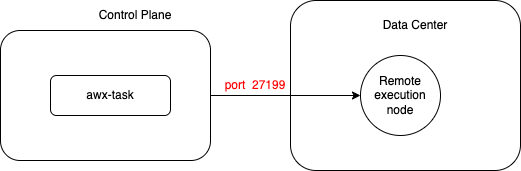
ansible/awx keeps this draw.io diagram as docs/docsite/rst/common/images/instances_awx_task_pods_hopnode.drawio.png. Above is the earlier version. Source tidied: cells renumbered, new cells last; positions are measured from the earlier drawing's top-left corner, leaving out a move shared by most shapes. The source it was exported from:
```xml
<mxGraphModel>
  <root>
    <mxCell id="0" />
    <mxCell id="1" parent="0" />
    <mxCell id="2" style="rounded=1;whiteSpace=wrap;html=1;" parent="1" vertex="1">
      <mxGeometry y="30" width="210" height="130" as="geometry" />
    </mxCell>
    <mxCell id="3" value="Control Plane" style="text;strokeColor=none;align=center;fillColor=none;html=1;verticalAlign=middle;whiteSpace=wrap;rounded=0;" parent="1" vertex="1">
      <mxGeometry x="80" width="110" height="30" as="geometry" />
    </mxCell>
    <mxCell id="4" value="awx-task" style="rounded=1;whiteSpace=wrap;html=1;" parent="1" vertex="1">
      <mxGeometry x="50" y="75" width="120" height="40" as="geometry" />
    </mxCell>
    <mxCell id="5" style="rounded=1;whiteSpace=wrap;html=1;" parent="1" vertex="1">
      <mxGeometry x="290" width="230" height="170" as="geometry" />
    </mxCell>
    <mxCell id="6" value="Data Center" style="text;strokeColor=none;align=center;fillColor=none;html=1;verticalAlign=middle;whiteSpace=wrap;rounded=0;" parent="1" vertex="1">
      <mxGeometry x="360" y="10" width="110" height="30" as="geometry" />
    </mxCell>
    <mxCell id="7" style="endArrow=classic;html=1;rounded=0;exitX=1;exitY=0.5;exitDx=0;exitDy=0;" parent="1" edge="1" source="2">
      <mxGeometry relative="1" as="geometry">
        <mxPoint x="360" y="95" as="targetPoint" />
      </mxGeometry>
    </mxCell>
    <mxCell id="8" value="Remote execution node" style="ellipse;whiteSpace=wrap;html=1;" parent="1" vertex="1">
      <mxGeometry x="360" y="55" width="80" height="80" as="geometry" />
    </mxCell>
    <mxCell id="9" value="&lt;font color=&quot;#ff0000&quot;&gt;port&amp;nbsp; 27199&lt;/font&gt;" style="text;strokeColor=none;align=center;fillColor=none;html=1;verticalAlign=middle;whiteSpace=wrap;rounded=0;" parent="1" vertex="1">
      <mxGeometry x="200" y="70" width="110" height="30" as="geometry" />
    </mxCell>
  </root>
</mxGraphModel>
```
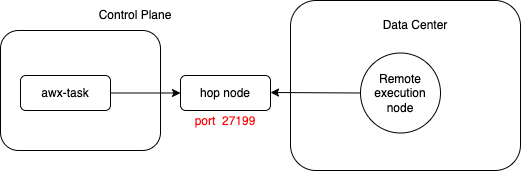
Later version of the same file.

Diff of the diagram source:
```diff
@@ -3,13 +3,16 @@
     <mxCell id="0" />
     <mxCell id="1" parent="0" />
     <mxCell id="2" style="rounded=1;whiteSpace=wrap;html=1;" parent="1" vertex="1">
-      <mxGeometry y="30" width="210" height="130" as="geometry" />
+      <mxGeometry y="30" width="160" height="120" as="geometry" />
     </mxCell>
     <mxCell id="3" value="Control Plane" style="text;strokeColor=none;align=center;fillColor=none;html=1;verticalAlign=middle;whiteSpace=wrap;rounded=0;" parent="1" vertex="1">
       <mxGeometry x="80" width="110" height="30" as="geometry" />
     </mxCell>
+    <mxCell id="10" style="edgeStyle=orthogonalEdgeStyle;rounded=0;jettySize=auto;html=1;" parent="1" edge="1" source="4" target="11">
+      <mxGeometry relative="1" as="geometry" />
+    </mxCell>
     <mxCell id="4" value="awx-task" style="rounded=1;whiteSpace=wrap;html=1;" parent="1" vertex="1">
-      <mxGeometry x="50" y="75" width="120" height="40" as="geometry" />
+      <mxGeometry x="20" y="75" width="90" height="35" as="geometry" />
     </mxCell>
     <mxCell id="5" style="rounded=1;whiteSpace=wrap;html=1;" parent="1" vertex="1">
       <mxGeometry x="290" width="230" height="170" as="geometry" />
@@ -17,16 +20,19 @@
     <mxCell id="6" value="Data Center" style="text;strokeColor=none;align=center;fillColor=none;html=1;verticalAlign=middle;whiteSpace=wrap;rounded=0;" parent="1" vertex="1">
       <mxGeometry x="360" y="10" width="110" height="30" as="geometry" />
     </mxCell>
-    <mxCell id="7" style="endArrow=classic;html=1;rounded=0;exitX=1;exitY=0.5;exitDx=0;exitDy=0;" parent="1" edge="1" source="2">
+    <mxCell id="7" style="endArrow=classic;html=1;rounded=0;exitX=0;exitY=0.5;exitDx=0;exitDy=0;" parent="1" edge="1" source="8">
       <mxGeometry relative="1" as="geometry">
-        <mxPoint x="360" y="95" as="targetPoint" />
+        <mxPoint x="270" y="92" as="targetPoint" />
       </mxGeometry>
     </mxCell>
     <mxCell id="8" value="Remote execution node" style="ellipse;whiteSpace=wrap;html=1;" parent="1" vertex="1">
-      <mxGeometry x="360" y="55" width="80" height="80" as="geometry" />
+      <mxGeometry x="360" y="52.5" width="80" height="80" as="geometry" />
     </mxCell>
     <mxCell id="9" value="&lt;font color=&quot;#ff0000&quot;&gt;port&amp;nbsp; 27199&lt;/font&gt;" style="text;strokeColor=none;align=center;fillColor=none;html=1;verticalAlign=middle;whiteSpace=wrap;rounded=0;" parent="1" vertex="1">
-      <mxGeometry x="200" y="70" width="110" height="30" as="geometry" />
+      <mxGeometry x="190" y="105.5" width="70" height="30" as="geometry" />
     </mxCell>
+    <mxCell id="11" value="hop node" style="rounded=1;whiteSpace=wrap;html=1;" parent="1" vertex="1">
+      <mxGeometry x="180" y="75" width="90" height="35" as="geometry" />
+    </mxCell>
   </root>
 </mxGraphModel>
```
